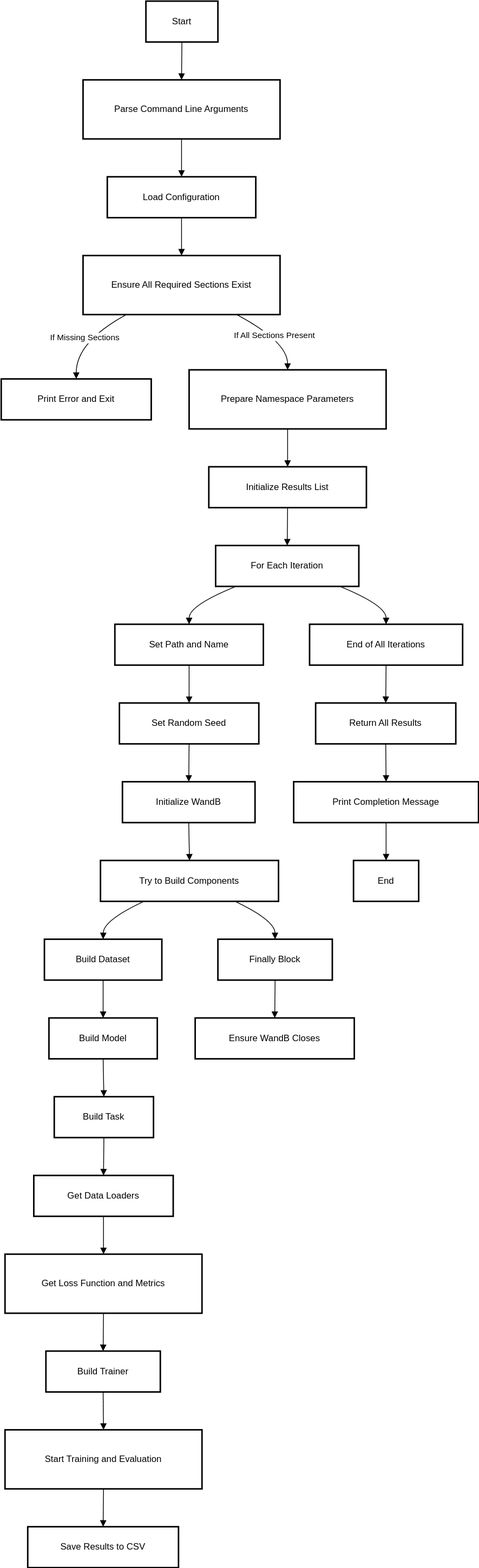
Before: PHMbench-Vbench-framework.drawio.svg, a diagram exported from draw.io (PHMbench/.github). Source tidied: cells renumbered, new cells last; positions are measured from the earlier drawing's top-left corner, leaving out a move shared by most shapes.
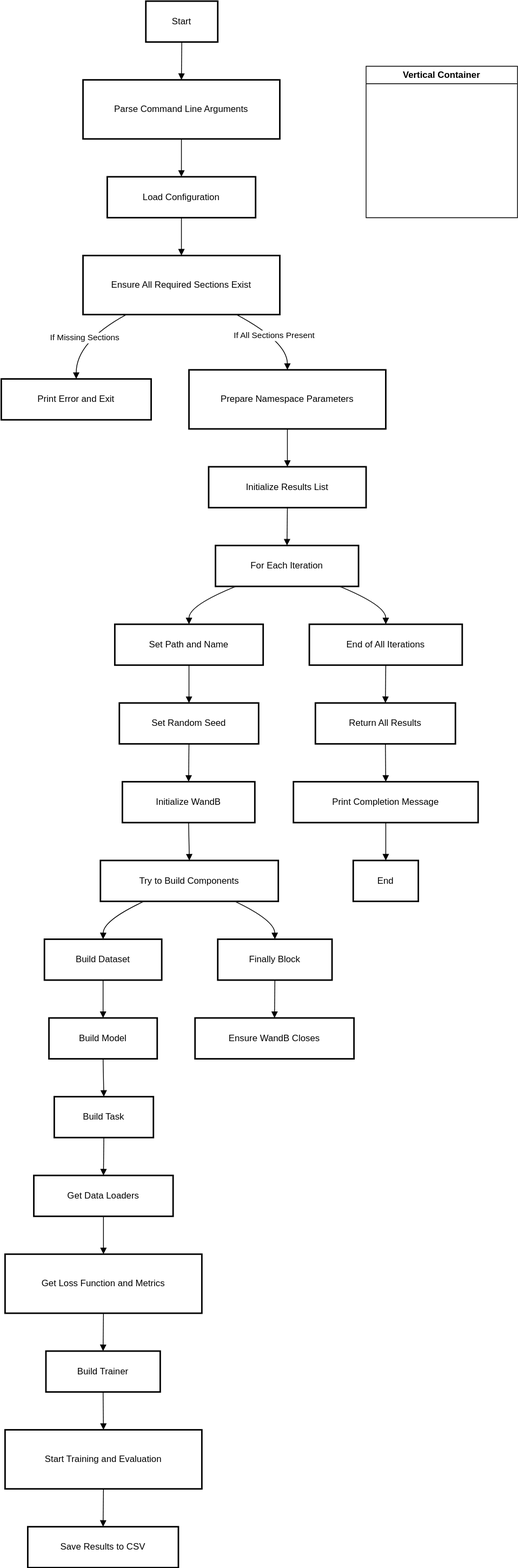
Above is the later version.

What changed in the source:
```diff
@@ -179,5 +179,8 @@
     <mxCell id="52" style="curved=1;startArrow=none;endArrow=block;exitX=0.5;exitY=0.99;entryX=0.5;entryY=-0.01;" parent="1" edge="1" source="26" target="27">
       <mxGeometry relative="1" as="geometry" />
     </mxCell>
+    <mxCell id="53" value="Vertical Container" style="swimlane;whiteSpace=wrap;html=1;" parent="1" vertex="1">
+      <mxGeometry x="482" y="86" width="200" height="200" as="geometry" />
+    </mxCell>
   </root>
 </mxGraphModel>
```
